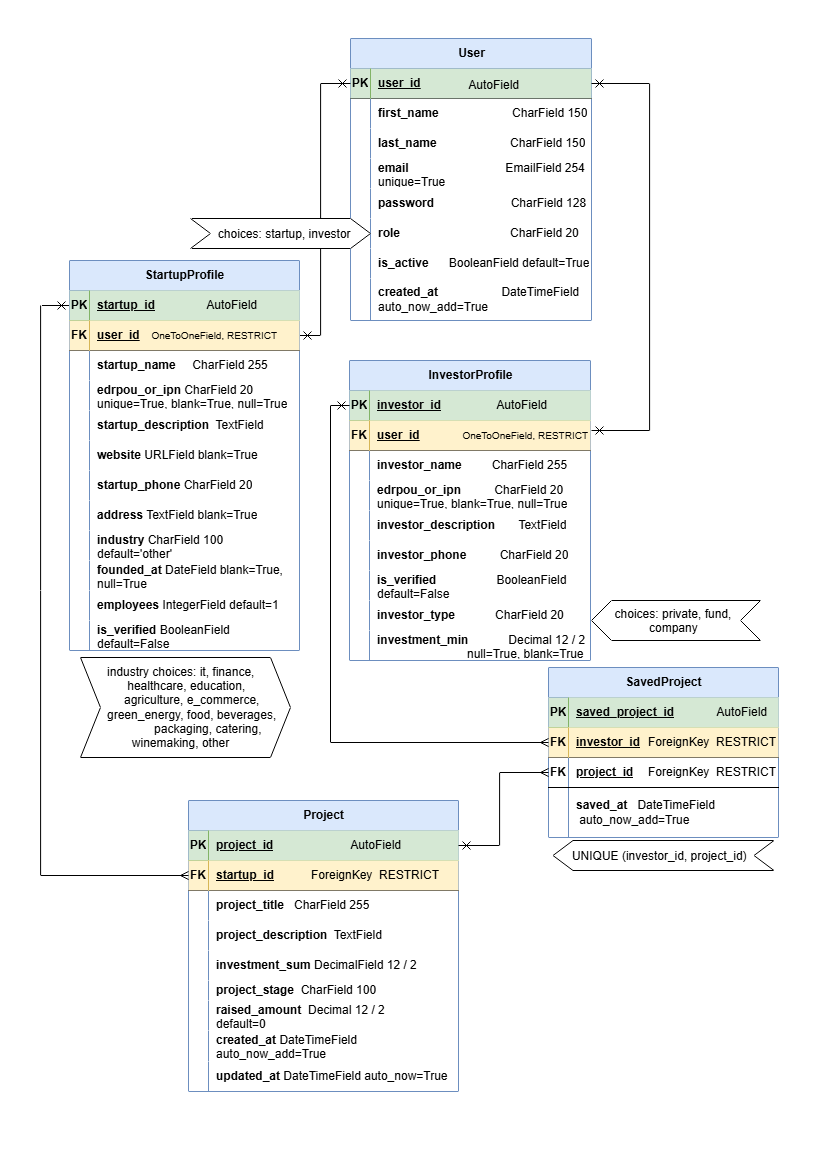
ITA-Dnipro/PL4851 keeps this draw.io diagram as db.png. Above is the earlier version. Source tidied: cells renumbered, new cells last; positions are measured from the earlier drawing's top-left corner, leaving out a move shared by most shapes.
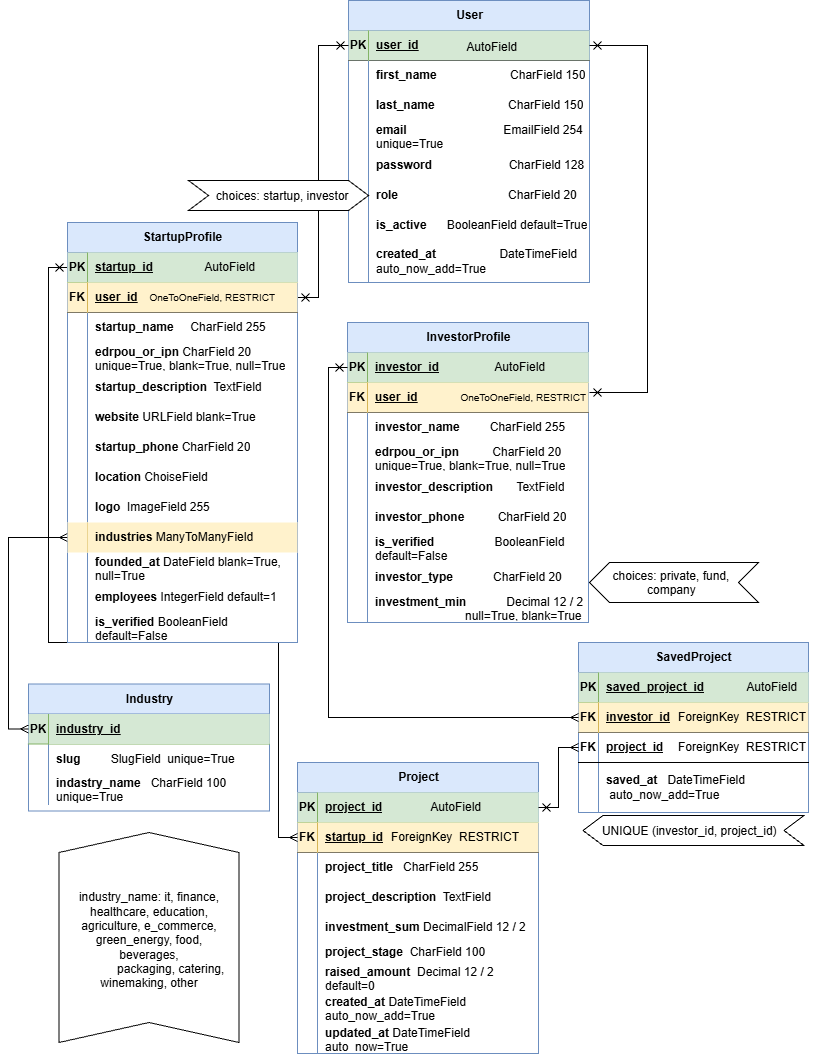
Above is the later version.

Change to the diagram source:
```diff
@@ -80,6 +80,6 @@
     <mxCell id="27" value="Project" style="shape=table;startSize=30;rowLines=0;fontStyle=1;align=center;html=1;fillColor=#dae8fc;strokeColor=#6c8ebf;" parent="1" vertex="1">
-      <mxGeometry x="148" y="762" width="270" height="291" as="geometry" />
+      <mxGeometry x="259" y="762" width="241" height="291" as="geometry" />
     </mxCell>
     <mxCell id="28" style="shape=tableRow;horizontal=0;startSize=0;swimlaneHead=0;swimlaneBody=0;fillColor=#d5e8d4;points=[[0,0.5],[1,0.5]];portConstraint=eastwest;top=0;left=0;right=0;bottom=1;strokeColor=#82b366;" parent="27" vertex="1">
-      <mxGeometry y="30" width="270" height="30" as="geometry" />
+      <mxGeometry y="30" width="241" height="30" as="geometry" />
     </mxCell>
@@ -89,6 +89,6 @@
     <mxCell id="30" value="project_id" style="shape=partialRectangle;fillColor=#d5e8d4;top=0;left=0;bottom=0;right=0;align=left;spacingLeft=6;fontStyle=5;overflow=hidden;whiteSpace=wrap;html=1;strokeColor=#82b366;" parent="28" vertex="1">
-      <mxGeometry x="20" width="250" height="30" as="geometry" />
+      <mxGeometry x="20" width="221" height="30" as="geometry" />
     </mxCell>
     <mxCell id="31" style="shape=tableRow;horizontal=0;startSize=0;swimlaneHead=0;swimlaneBody=0;fillColor=none;points=[[0,0.5],[1,0.5]];portConstraint=eastwest;top=0;left=0;right=0;bottom=1;" parent="27" vertex="1">
-      <mxGeometry y="60" width="270" height="30" as="geometry" />
+      <mxGeometry y="60" width="241" height="30" as="geometry" />
     </mxCell>
@@ -98,6 +98,6 @@
     <mxCell id="33" value="startup_id" style="shape=partialRectangle;fillColor=#fff2cc;top=0;left=0;bottom=0;right=0;align=left;spacingLeft=6;fontStyle=5;overflow=hidden;whiteSpace=wrap;html=1;strokeColor=#d6b656;" parent="31" vertex="1">
-      <mxGeometry x="20" width="250" height="30" as="geometry" />
+      <mxGeometry x="20" width="221" height="30" as="geometry" />
     </mxCell>
     <mxCell id="34" style="shape=tableRow;horizontal=0;startSize=0;swimlaneHead=0;swimlaneBody=0;fillColor=none;top=0;left=0;right=0;bottom=0;" parent="27" vertex="1">
-      <mxGeometry y="90" width="270" height="30" as="geometry" />
+      <mxGeometry y="90" width="241" height="30" as="geometry" />
     </mxCell>
@@ -107,6 +107,6 @@
     <mxCell id="36" value="&lt;b&gt;project_title&lt;/b&gt;&amp;nbsp; &amp;nbsp;CharField 255" style="shape=partialRectangle;fillColor=none;top=0;left=0;bottom=0;right=0;align=left;spacingLeft=6;overflow=hidden;whiteSpace=wrap;html=1;" parent="34" vertex="1">
-      <mxGeometry x="20" width="250" height="30" as="geometry" />
+      <mxGeometry x="20" width="221" height="30" as="geometry" />
     </mxCell>
     <mxCell id="37" style="shape=tableRow;horizontal=0;startSize=0;swimlaneHead=0;swimlaneBody=0;fillColor=none;top=0;left=0;right=0;bottom=0;" parent="27" vertex="1">
-      <mxGeometry y="120" width="270" height="30" as="geometry" />
+      <mxGeometry y="120" width="241" height="30" as="geometry" />
     </mxCell>
@@ -116,6 +116,6 @@
     <mxCell id="39" value="&lt;b&gt;project_description&amp;nbsp;&lt;/b&gt; TextField" style="shape=partialRectangle;fillColor=none;top=0;left=0;bottom=0;right=0;align=left;spacingLeft=6;overflow=hidden;whiteSpace=wrap;html=1;" parent="37" vertex="1">
-      <mxGeometry x="20" width="250" height="30" as="geometry" />
+      <mxGeometry x="20" width="221" height="30" as="geometry" />
     </mxCell>
     <mxCell id="40" style="shape=tableRow;horizontal=0;startSize=0;swimlaneHead=0;swimlaneBody=0;fillColor=none;top=0;left=0;right=0;bottom=0;" parent="27" vertex="1">
-      <mxGeometry y="150" width="270" height="30" as="geometry" />
+      <mxGeometry y="150" width="241" height="30" as="geometry" />
     </mxCell>
@@ -125,6 +125,6 @@
     <mxCell id="42" value="&lt;b&gt;investment_sum&lt;/b&gt; DecimalField 12 / 2" style="shape=partialRectangle;fillColor=none;top=0;left=0;bottom=0;right=0;align=left;spacingLeft=6;overflow=hidden;whiteSpace=wrap;html=1;" parent="40" vertex="1">
-      <mxGeometry x="20" width="250" height="30" as="geometry" />
+      <mxGeometry x="20" width="221" height="30" as="geometry" />
     </mxCell>
     <mxCell id="43" style="shape=tableRow;horizontal=0;startSize=0;swimlaneHead=0;swimlaneBody=0;fillColor=none;top=0;left=0;right=0;bottom=0;" parent="27" vertex="1">
-      <mxGeometry y="180" width="270" height="20" as="geometry" />
+      <mxGeometry y="180" width="241" height="20" as="geometry" />
     </mxCell>
@@ -134,6 +134,6 @@
     <mxCell id="45" value="&lt;b&gt;project_stage&lt;/b&gt;&amp;nbsp; CharField 100" style="shape=partialRectangle;fillColor=none;top=0;left=0;bottom=0;right=0;align=left;spacingLeft=6;overflow=hidden;whiteSpace=wrap;html=1;" parent="43" vertex="1">
-      <mxGeometry x="20" width="250" height="20" as="geometry" />
+      <mxGeometry x="20" width="221" height="20" as="geometry" />
     </mxCell>
     <mxCell id="46" style="shape=tableRow;horizontal=0;startSize=0;swimlaneHead=0;swimlaneBody=0;fillColor=none;top=0;left=0;right=0;bottom=0;" parent="27" vertex="1">
-      <mxGeometry y="200" width="270" height="30" as="geometry" />
+      <mxGeometry y="200" width="241" height="30" as="geometry" />
     </mxCell>
@@ -143,6 +143,6 @@
     <mxCell id="48" value="&lt;b&gt;raised_amount&lt;/b&gt;&amp;nbsp; Decimal 12 / 2&lt;div&gt;default=0&lt;/div&gt;" style="shape=partialRectangle;fillColor=none;top=0;left=0;bottom=0;right=0;align=left;spacingLeft=6;overflow=hidden;whiteSpace=wrap;html=1;" parent="46" vertex="1">
-      <mxGeometry x="20" width="250" height="30" as="geometry" />
+      <mxGeometry x="20" width="221" height="30" as="geometry" />
     </mxCell>
     <mxCell id="49" style="shape=tableRow;horizontal=0;startSize=0;swimlaneHead=0;swimlaneBody=0;fillColor=none;top=0;left=0;right=0;bottom=0;" parent="27" vertex="1">
-      <mxGeometry y="230" width="270" height="31" as="geometry" />
+      <mxGeometry y="230" width="241" height="31" as="geometry" />
     </mxCell>
@@ -152,6 +152,6 @@
     <mxCell id="51" value="&lt;b&gt;created_at&lt;/b&gt; DateTimeField auto_now_add=True" style="shape=partialRectangle;fillColor=none;top=0;left=0;bottom=0;right=0;align=left;spacingLeft=6;overflow=hidden;whiteSpace=wrap;html=1;" parent="49" vertex="1">
-      <mxGeometry x="20" width="250" height="31" as="geometry" />
+      <mxGeometry x="20" width="221" height="31" as="geometry" />
     </mxCell>
     <mxCell id="52" style="shape=tableRow;horizontal=0;startSize=0;swimlaneHead=0;swimlaneBody=0;fillColor=none;top=0;left=0;right=0;bottom=0;" parent="27" vertex="1">
-      <mxGeometry y="261" width="270" height="30" as="geometry" />
+      <mxGeometry y="261" width="241" height="30" as="geometry" />
     </mxCell>
@@ -161,3 +161,3 @@
     <mxCell id="54" value="&lt;b&gt;updated_at&lt;/b&gt; DateTimeField auto_now=True" style="shape=partialRectangle;fillColor=none;top=0;left=0;bottom=0;right=0;align=left;spacingLeft=6;overflow=hidden;whiteSpace=wrap;html=1;" parent="52" vertex="1">
-      <mxGeometry x="20" width="250" height="30" as="geometry" />
+      <mxGeometry x="20" width="221" height="30" as="geometry" />
     </mxCell>
@@ -184,4 +184,6 @@
         <Array as="points">
-          <mxPoint x="0.1" y="267" />
-          <mxPoint x="0.1" y="837" />
+          <mxPoint x="10" y="267" />
+          <mxPoint x="10" y="642" />
+          <mxPoint x="240" y="642" />
+          <mxPoint x="240" y="837" />
         </Array>
@@ -190,3 +192,3 @@
     <mxCell id="58" value="ForeignKey&amp;nbsp; RESTRICT" style="shape=partialRectangle;fillColor=none;top=0;left=0;bottom=0;right=0;align=right;spacingLeft=6;overflow=hidden;whiteSpace=wrap;html=1;" parent="1" vertex="1">
-      <mxGeometry x="241" y="822" width="160" height="30" as="geometry" />
+      <mxGeometry x="323" y="822" width="160" height="30" as="geometry" />
     </mxCell>
@@ -196,3 +198,3 @@
     <mxCell id="60" value="AutoField" style="shape=partialRectangle;fillColor=none;top=0;left=0;bottom=0;right=0;align=right;spacingLeft=6;overflow=hidden;whiteSpace=wrap;html=1;" parent="1" vertex="1">
-      <mxGeometry x="203" y="792" width="160" height="30" as="geometry" />
+      <mxGeometry x="285" y="792" width="160" height="30" as="geometry" />
     </mxCell>
@@ -202,3 +204,3 @@
     <mxCell id="62" value="StartupProfile" style="shape=table;startSize=30;rowLines=0;fontStyle=1;align=center;html=1;fillColor=#dae8fc;strokeColor=#6c8ebf;" parent="61" vertex="1">
-      <mxGeometry x="-128" y="20" width="230" height="390" as="geometry" />
+      <mxGeometry x="-128" y="20" width="230" height="420" as="geometry" />
     </mxCell>
@@ -273,7 +275,16 @@
     </mxCell>
-    <mxCell id="86" value="&lt;b&gt;address&lt;/b&gt; TextField blank=True" style="shape=partialRectangle;fillColor=none;top=0;left=0;bottom=0;right=0;align=left;spacingLeft=6;overflow=hidden;whiteSpace=wrap;html=1;" parent="84" vertex="1">
+    <mxCell id="86" value="&lt;b&gt;location&lt;/b&gt;&amp;nbsp;ChoiseField" style="shape=partialRectangle;fillColor=none;top=0;left=0;bottom=0;right=0;align=left;spacingLeft=6;overflow=hidden;whiteSpace=wrap;html=1;" parent="84" vertex="1">
       <mxGeometry x="20" width="210" height="30" as="geometry" />
     </mxCell>
+    <mxCell id="154" style="shape=tableRow;horizontal=0;startSize=0;swimlaneHead=0;swimlaneBody=0;fillColor=none;top=0;left=0;right=0;bottom=0;" parent="62" vertex="1">
+      <mxGeometry y="270" width="230" height="30" as="geometry" />
+    </mxCell>
+    <mxCell id="155" style="shape=partialRectangle;fillColor=none;top=0;left=0;bottom=0;right=0;overflow=hidden;whiteSpace=wrap;html=1;" parent="154" vertex="1">
+      <mxGeometry width="20" height="30" as="geometry" />
+    </mxCell>
+    <mxCell id="156" value="&lt;b&gt;logo&amp;nbsp;&lt;/b&gt;&amp;nbsp;ImageField 255" style="shape=partialRectangle;fillColor=none;top=0;left=0;bottom=0;right=0;align=left;spacingLeft=6;overflow=hidden;whiteSpace=wrap;html=1;" parent="154" vertex="1">
+      <mxGeometry x="20" width="210" height="30" as="geometry" />
+    </mxCell>
     <mxCell id="87" style="shape=tableRow;horizontal=0;startSize=0;swimlaneHead=0;swimlaneBody=0;fillColor=none;points=[[0,0.5],[1,0.5]];portConstraint=eastwest;top=0;left=0;right=0;bottom=0;" parent="62" vertex="1">
-      <mxGeometry y="270" width="230" height="30" as="geometry" />
+      <mxGeometry y="300" width="230" height="30" as="geometry" />
     </mxCell>
@@ -282,3 +293,3 @@
     </mxCell>
-    <mxCell id="89" value="&lt;b&gt;industry&lt;/b&gt; CharField 100&lt;div&gt;default='other'&lt;/div&gt;" style="shape=partialRectangle;fillColor=none;top=0;left=0;bottom=0;right=0;align=left;spacingLeft=6;overflow=hidden;whiteSpace=wrap;html=1;" parent="87" vertex="1">
+    <mxCell id="89" value="&lt;b&gt;industries &lt;/b&gt;ManyToManyField&lt;b&gt;&amp;nbsp;&lt;/b&gt;" style="shape=partialRectangle;fillColor=#fff2cc;top=0;left=0;bottom=0;right=0;align=left;spacingLeft=6;overflow=hidden;whiteSpace=wrap;html=1;strokeColor=#d6b656;" parent="87" vertex="1">
       <mxGeometry x="20" width="210" height="30" as="geometry" />
@@ -286,3 +297,3 @@
     <mxCell id="90" style="shape=tableRow;horizontal=0;startSize=0;swimlaneHead=0;swimlaneBody=0;fillColor=none;top=0;left=0;right=0;bottom=0;" parent="62" vertex="1">
-      <mxGeometry y="300" width="230" height="30" as="geometry" />
+      <mxGeometry y="330" width="230" height="30" as="geometry" />
     </mxCell>
@@ -295,3 +306,3 @@
     <mxCell id="93" style="shape=tableRow;horizontal=0;startSize=0;swimlaneHead=0;swimlaneBody=0;fillColor=none;top=0;left=0;right=0;bottom=0;" parent="62" vertex="1">
-      <mxGeometry y="330" width="230" height="30" as="geometry" />
+      <mxGeometry y="360" width="230" height="30" as="geometry" />
     </mxCell>
@@ -304,3 +315,3 @@
     <mxCell id="96" style="shape=tableRow;horizontal=0;startSize=0;swimlaneHead=0;swimlaneBody=0;fillColor=none;top=0;left=0;right=0;bottom=0;" parent="62" vertex="1">
-      <mxGeometry y="360" width="230" height="30" as="geometry" />
+      <mxGeometry y="390" width="230" height="30" as="geometry" />
     </mxCell>
@@ -409,3 +420,3 @@
     <mxCell id="131" value="SavedProject" style="shape=table;startSize=30;rowLines=0;fontStyle=1;align=center;html=1;fillColor=#dae8fc;strokeColor=#6c8ebf;" parent="1" vertex="1">
-      <mxGeometry x="508" y="629" width="230" height="170" as="geometry" />
+      <mxGeometry x="540" y="642" width="230" height="170" as="geometry" />
     </mxCell>
@@ -451,6 +462,6 @@
     <mxCell id="145" value="ForeignKey&amp;nbsp; RESTRICT" style="shape=partialRectangle;fillColor=none;top=0;left=0;bottom=0;right=0;align=right;spacingLeft=6;overflow=hidden;whiteSpace=wrap;html=1;" parent="1" vertex="1">
-      <mxGeometry x="578" y="719" width="160" height="30" as="geometry" />
+      <mxGeometry x="610" y="732" width="160" height="30" as="geometry" />
     </mxCell>
     <mxCell id="146" value="ForeignKey&amp;nbsp; RESTRICT" style="shape=partialRectangle;fillColor=none;top=0;left=0;bottom=0;right=0;align=right;spacingLeft=6;overflow=hidden;whiteSpace=wrap;html=1;" parent="1" vertex="1">
-      <mxGeometry x="578" y="689" width="160" height="30" as="geometry" />
+      <mxGeometry x="610" y="702" width="160" height="30" as="geometry" />
     </mxCell>
@@ -459,4 +470,4 @@
         <Array as="points">
-          <mxPoint x="459.1" y="807" />
-          <mxPoint x="459.1" y="734" />
+          <mxPoint x="520" y="807" />
+          <mxPoint x="520" y="747" />
         </Array>
@@ -465,3 +476,3 @@
     <mxCell id="148" value="AutoField" style="shape=partialRectangle;fillColor=none;top=0;left=0;bottom=0;right=0;align=right;spacingLeft=6;overflow=hidden;whiteSpace=wrap;html=1;" parent="1" vertex="1">
-      <mxGeometry x="569" y="659" width="160" height="30" as="geometry" />
+      <mxGeometry x="601" y="672" width="160" height="30" as="geometry" />
     </mxCell>
@@ -470,4 +481,4 @@
         <Array as="points">
-          <mxPoint x="290" y="367.1" />
-          <mxPoint x="290" y="704" />
+          <mxPoint x="290" y="367" />
+          <mxPoint x="290" y="717" />
         </Array>
@@ -475,4 +486,4 @@
     </mxCell>
-    <mxCell id="150" value="&lt;span style=&quot;text-decoration-line: inherit; background-color: transparent; color: light-dark(rgb(0, 0, 0), rgb(255, 255, 255));&quot;&gt;industry choices: it, finance, healthcare, education, agriculture,&amp;nbsp;&lt;/span&gt;&lt;span style=&quot;text-decoration-line: inherit; background-color: transparent; color: light-dark(rgb(0, 0, 0), rgb(255, 255, 255));&quot;&gt;e_commerce, green_energy, food, beverages,&lt;/span&gt;&lt;div&gt;&amp;nbsp; &amp;nbsp; &amp;nbsp; &amp;nbsp; &amp;nbsp; &amp;nbsp; &amp;nbsp;packaging, catering, winemaking, other&lt;/div&gt;" style="shape=step;perimeter=stepPerimeter;whiteSpace=wrap;html=1;shapeInside=1;fixedSize=1;" parent="1" vertex="1">
-      <mxGeometry x="40" y="619" width="210" height="100" as="geometry" />
+    <mxCell id="150" value="&lt;div&gt;&lt;br/&gt;&lt;/div&gt;" style="shape=step;perimeter=stepPerimeter;whiteSpace=wrap;html=1;shapeInside=1;fixedSize=1;rotation=-90;horizontal=1;" parent="1" vertex="1">
+      <mxGeometry x="5.5" y="847" width="210" height="180" as="geometry" />
     </mxCell>
@@ -485,4 +496,48 @@
     <mxCell id="153" value="UNIQUE (investor_id, project_id)" style="shape=step;perimeter=stepPerimeter;whiteSpace=wrap;html=1;shapeInside=1;fixedSize=1;flipH=1;legacyAnchorPoints=0;" parent="1" vertex="1">
-      <mxGeometry x="512.5" y="802" width="221" height="30" as="geometry" />
+      <mxGeometry x="544.5" y="815" width="221" height="30" as="geometry" />
     </mxCell>
+    <mxCell id="157" value="Industry" style="shape=table;startSize=30;rowLines=0;fontStyle=1;align=center;html=1;fillColor=#dae8fc;strokeColor=#6c8ebf;" parent="1" vertex="1">
+      <mxGeometry x="-10" y="683.5" width="241" height="127" as="geometry" />
+    </mxCell>
+    <mxCell id="158" style="shape=tableRow;horizontal=0;startSize=0;swimlaneHead=0;swimlaneBody=0;fillColor=#d5e8d4;points=[[0,0.5],[1,0.5]];portConstraint=eastwest;top=0;left=0;right=0;bottom=1;strokeColor=#82b366;" parent="157" vertex="1">
+      <mxGeometry y="30" width="241" height="30" as="geometry" />
+    </mxCell>
+    <mxCell id="159" value="PK" style="shape=partialRectangle;fillColor=none;top=0;left=0;bottom=0;right=0;fontStyle=1;overflow=hidden;whiteSpace=wrap;html=1;" parent="158" vertex="1">
+      <mxGeometry width="20" height="30" as="geometry" />
+    </mxCell>
+    <mxCell id="160" value="industry_id" style="shape=partialRectangle;fillColor=#d5e8d4;top=0;left=0;bottom=0;right=0;align=left;spacingLeft=6;fontStyle=5;overflow=hidden;whiteSpace=wrap;html=1;strokeColor=#82b366;" parent="158" vertex="1">
+      <mxGeometry x="20" width="221" height="30" as="geometry" />
+    </mxCell>
+    <mxCell id="161" style="shape=tableRow;horizontal=0;startSize=0;swimlaneHead=0;swimlaneBody=0;fillColor=none;top=0;left=0;right=0;bottom=0;" parent="157" vertex="1">
+      <mxGeometry y="60" width="241" height="30" as="geometry" />
+    </mxCell>
+    <mxCell id="162" style="shape=partialRectangle;fillColor=none;top=0;left=0;bottom=0;right=0;overflow=hidden;whiteSpace=wrap;html=1;" parent="161" vertex="1">
+      <mxGeometry width="20" height="30" as="geometry" />
+    </mxCell>
+    <mxCell id="163" value="&lt;b&gt;slug&lt;/b&gt;&amp;nbsp; &amp;nbsp; &amp;nbsp; &amp;nbsp; &amp;nbsp;SlugField&amp;nbsp; unique=True" style="shape=partialRectangle;fillColor=none;top=0;left=0;bottom=0;right=0;align=left;spacingLeft=6;overflow=hidden;whiteSpace=wrap;html=1;" parent="161" vertex="1">
+      <mxGeometry x="20" width="221" height="30" as="geometry" />
+    </mxCell>
+    <mxCell id="164" style="shape=tableRow;horizontal=0;startSize=0;swimlaneHead=0;swimlaneBody=0;fillColor=none;top=0;left=0;right=0;bottom=0;" parent="157" vertex="1">
+      <mxGeometry y="90" width="241" height="31" as="geometry" />
+    </mxCell>
+    <mxCell id="165" style="shape=partialRectangle;fillColor=none;top=0;left=0;bottom=0;right=0;overflow=hidden;whiteSpace=wrap;html=1;" parent="164" vertex="1">
+      <mxGeometry width="20" height="31" as="geometry" />
+    </mxCell>
+    <mxCell id="166" value="&lt;b&gt;indastry_name&lt;/b&gt;&amp;nbsp; &amp;nbsp;CharField 100 unique=True" style="shape=partialRectangle;fillColor=none;top=0;left=0;bottom=0;right=0;align=left;spacingLeft=6;overflow=hidden;whiteSpace=wrap;html=1;" parent="164" vertex="1">
+      <mxGeometry x="20" width="221" height="31" as="geometry" />
+    </mxCell>
+    <mxCell id="167" value="&lt;span style=&quot;color: light-dark(rgb(0, 0, 0), rgb(255, 255, 255)); background-color: transparent; text-decoration-line: inherit;&quot;&gt;industry_name: it, finance, healthcare, education, agriculture, &lt;/span&gt;&lt;span style=&quot;color: light-dark(rgb(0, 0, 0), rgb(255, 255, 255)); background-color: transparent; text-decoration-line: inherit;&quot;&gt;e_commerce, green_energy, food, beverages,&lt;/span&gt;&lt;div&gt;&amp;nbsp; &amp;nbsp; &amp;nbsp; &amp;nbsp; &amp;nbsp; &amp;nbsp; &amp;nbsp;packaging, catering, winemaking, other&lt;/div&gt;" style="whiteSpace=wrap;html=1;align=center;strokeColor=light-dark(#ffffff, #ededed);" parent="1" vertex="1">
+      <mxGeometry x="30.5" y="872" width="160" height="135.5" as="geometry" />
+    </mxCell>
+    <mxCell id="168" style="edgeStyle=orthogonalEdgeStyle;rounded=0;libavoidRouting=1;jettySize=auto;html=1;exitX=0;exitY=0.5;exitDx=0;exitDy=0;entryX=0;entryY=0.5;entryDx=0;entryDy=0;startArrow=ERmany;startFill=0;endArrow=ERmany;endFill=0;" parent="1" edge="1" source="87" target="158">
+      <mxGeometry relative="1" as="geometry">
+        <Array as="points">
+          <mxPoint x="-30" y="537" />
+          <mxPoint x="-30" y="729" />
+        </Array>
+      </mxGeometry>
+    </mxCell>
+    <mxCell id="169" style="shape=partialRectangle;fillColor=#fff2cc;top=0;left=0;bottom=0;right=0;fontStyle=1;overflow=hidden;whiteSpace=wrap;html=1;strokeColor=#d6b656;" parent="1" vertex="1">
+      <mxGeometry x="29" y="522" width="20" height="30" as="geometry" />
+    </mxCell>
   </root>
```
